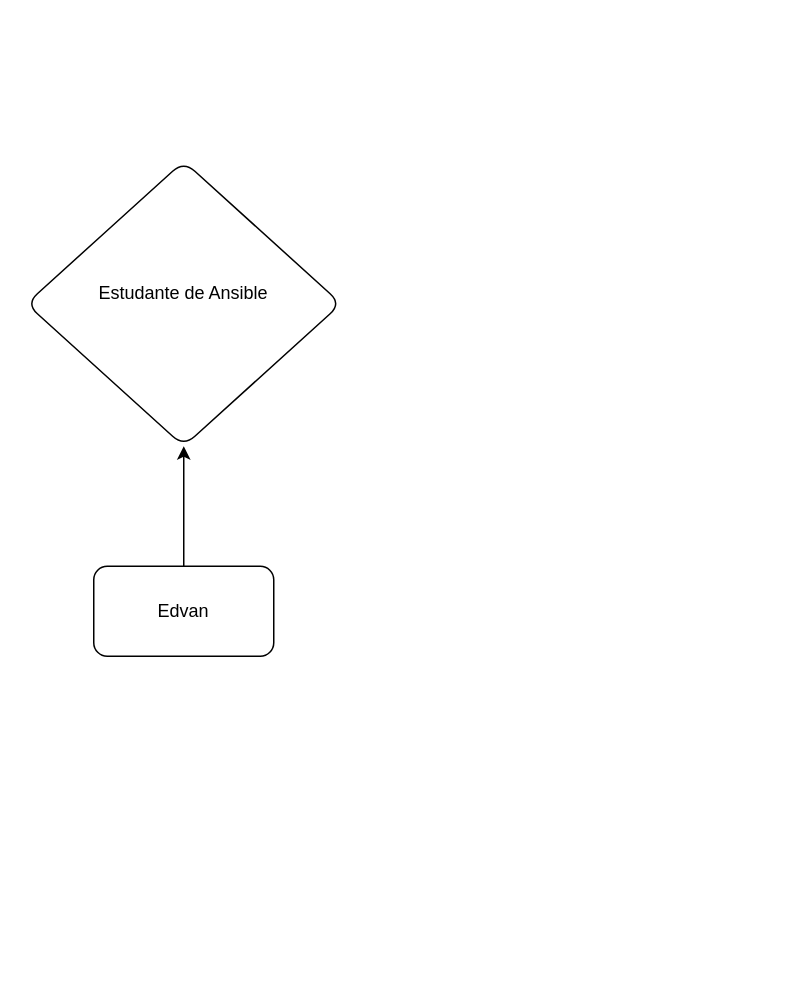
edgois-git/edgois-git keeps this draw.io diagram as Diagrama sem nome.drawio. Above is the earlier version. Source tidied: cells renumbered, new cells numbered last; positions are measured from the earlier drawing's top-left corner, leaving out a move shared by most shapes. Both pictures are drawn from the tidied source at 150%, with x=0, y=0 at pixel (26, 160).
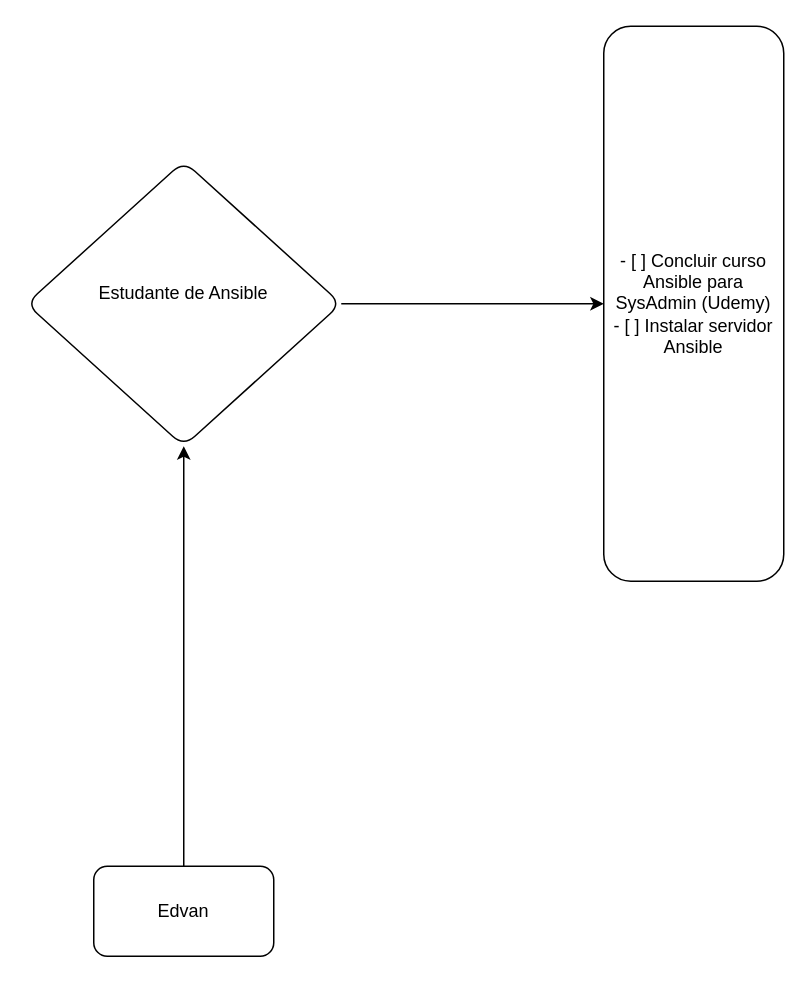
The same diagram, later.

The edit, as a diff of the source:
```diff
@@
 <mxGraphModel>
   <root>
     <mxCell id="0" />
     <mxCell id="1" parent="0" />
     <mxCell id="2" style="edgeStyle=orthogonalEdgeStyle;rounded=0;jettySize=auto;html=1;" parent="1" edge="1" source="3" target="4">
       <mxGeometry relative="1" as="geometry" />
     </mxCell>
     <mxCell id="3" value="Edvan" style="rounded=1;whiteSpace=wrap;html=1;roundedPerimeter=1;" parent="1" vertex="1">
-      <mxGeometry x="45" y="270" width="120" height="60" as="geometry" />
+      <mxGeometry x="45" y="470" width="120" height="60" as="geometry" />
     </mxCell>
+    <mxCell id="5" style="edgeStyle=orthogonalEdgeStyle;rounded=0;jettySize=auto;html=1;" parent="1" edge="1" source="4" target="6">
+      <mxGeometry relative="1" as="geometry" />
+    </mxCell>
     <mxCell id="4" value="Estudante de Ansible&lt;div&gt;&lt;br/&gt;&lt;/div&gt;" style="rhombus;whiteSpace=wrap;html=1;shapeInside=1;rounded=1;roundedPerimeter=1;" parent="1" vertex="1">
       <mxGeometry width="210" height="190" as="geometry" />
     </mxCell>
+    <mxCell id="6" value="- [ ] Concluir curso Ansible para SysAdmin (Udemy)&lt;br&gt;- [ ] Instalar servidor Ansible" style="whiteSpace=wrap;html=1;rounded=1;roundedPerimeter=1;" parent="1" vertex="1">
+      <mxGeometry x="385" y="-90" width="120" height="370" as="geometry" />
+    </mxCell>
   </root>
 </mxGraphModel>
```
